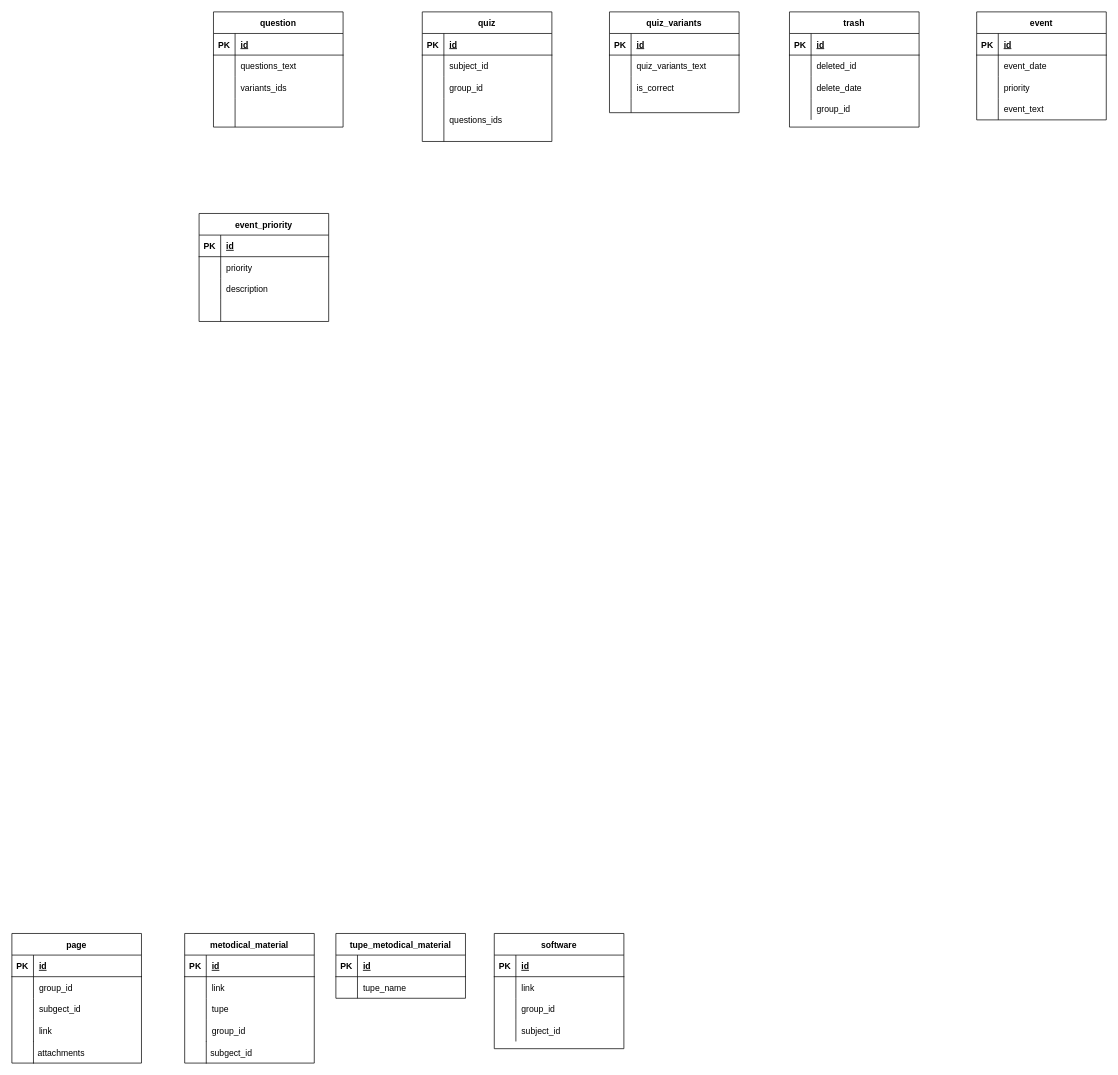
Earlier version of the draw.io diagram Untitled Diagram.drawio (student-archive/backend). Source tidied: cells renumbered, new cells numbered last; positions are measured from the earlier drawing's top-left corner, leaving out a move shared by most shapes. Both pictures are drawn from the tidied source at 72%, with x=0, y=0 at pixel (12, 12).
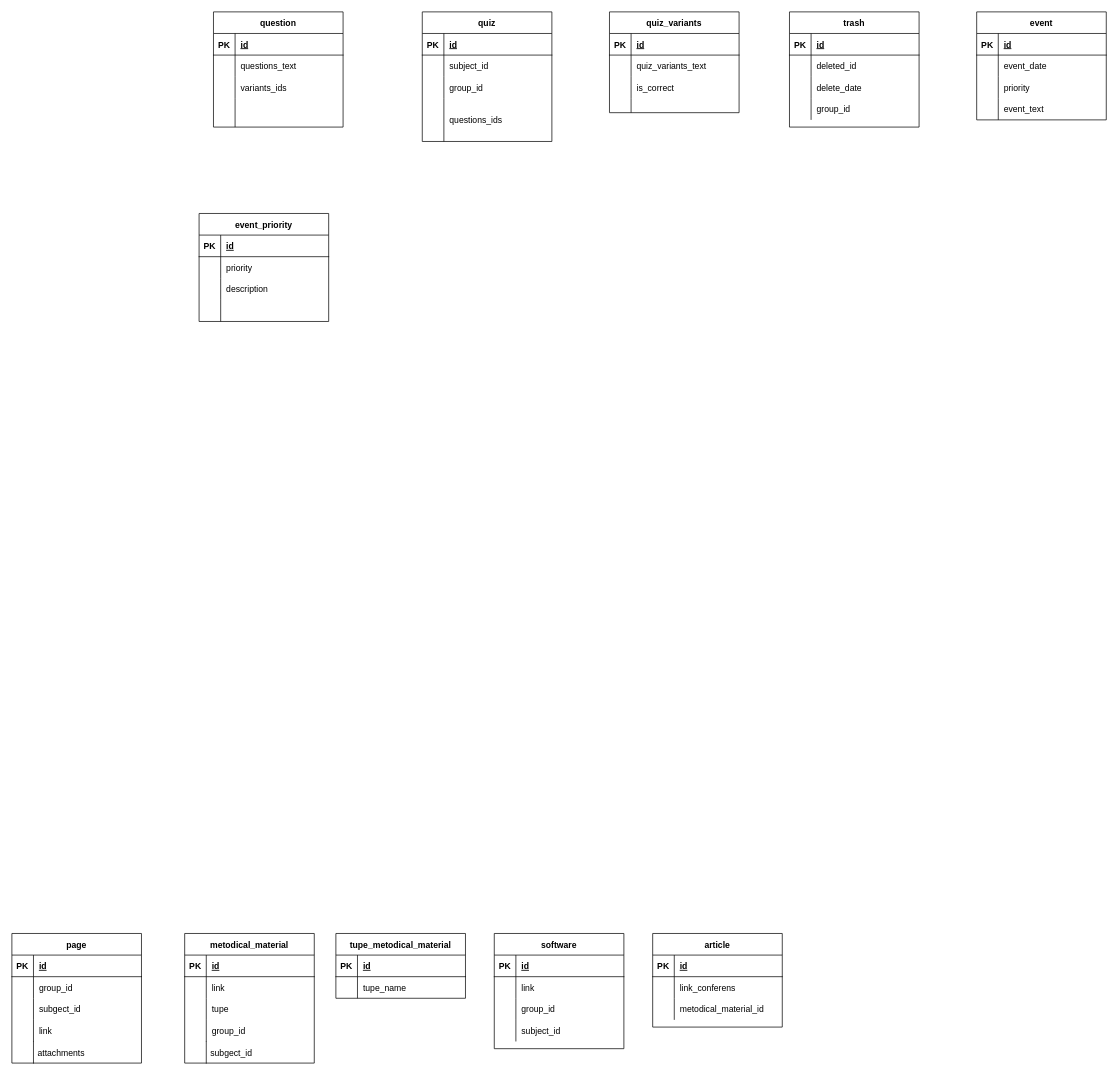
After the change.

Commit message:
feat(databases): add article tables

The edit, as a diff of the source:
```diff
@@
+    <mxCell id="130" value="article" style="shape=table;startSize=30;childLayout=tableLayout;rowLines=0;fontStyle=1;align=center;" parent="1" vertex="1">
+      <mxGeometry x="890" y="1280" width="180" height="130" as="geometry" />
+    </mxCell>
+    <mxCell id="131" style="shape=tableRow;horizontal=0;startSize=0;swimlaneHead=0;swimlaneBody=0;fillColor=none;top=0;left=0;right=0;bottom=1;" parent="130" vertex="1">
+      <mxGeometry y="30" width="180" height="30" as="geometry" />
+    </mxCell>
+    <mxCell id="132" value="PK" style="shape=partialRectangle;fillColor=none;top=0;left=0;bottom=0;right=0;fontStyle=1;overflow=hidden;" parent="131" vertex="1">
+      <mxGeometry width="30" height="30" as="geometry" />
+    </mxCell>
+    <mxCell id="133" value="id" style="shape=partialRectangle;fillColor=none;top=0;left=0;bottom=0;right=0;align=left;spacingLeft=6;fontStyle=5;overflow=hidden;" parent="131" vertex="1">
+      <mxGeometry x="30" width="150" height="30" as="geometry" />
+    </mxCell>
+    <mxCell id="134" style="shape=tableRow;horizontal=0;startSize=0;swimlaneHead=0;swimlaneBody=0;fillColor=none;top=0;left=0;right=0;bottom=0;" parent="130" vertex="1">
+      <mxGeometry y="60" width="180" height="30" as="geometry" />
+    </mxCell>
+    <mxCell id="135" style="shape=partialRectangle;fillColor=none;top=0;left=0;bottom=0;right=0;overflow=hidden;" parent="134" vertex="1">
+      <mxGeometry width="30" height="30" as="geometry" />
+    </mxCell>
+    <mxCell id="136" value="link_conferens" style="shape=partialRectangle;fillColor=none;top=0;left=0;bottom=0;right=0;align=left;spacingLeft=6;overflow=hidden;" parent="134" vertex="1">
+      <mxGeometry x="30" width="150" height="30" as="geometry" />
+    </mxCell>
+    <mxCell id="137" style="shape=tableRow;horizontal=0;startSize=0;swimlaneHead=0;swimlaneBody=0;fillColor=none;top=0;left=0;right=0;bottom=0;" parent="130" vertex="1">
+      <mxGeometry y="90" width="180" height="30" as="geometry" />
+    </mxCell>
+    <mxCell id="138" style="shape=partialRectangle;fillColor=none;top=0;left=0;bottom=0;right=0;overflow=hidden;" parent="137" vertex="1">
+      <mxGeometry width="30" height="30" as="geometry" />
+    </mxCell>
+    <mxCell id="139" value="metodical_material_id" style="shape=partialRectangle;fillColor=none;top=0;left=0;bottom=0;right=0;align=left;spacingLeft=6;overflow=hidden;fontStyle=0;" parent="137" vertex="1">
+      <mxGeometry x="30" width="150" height="30" as="geometry" />
+    </mxCell>
```
